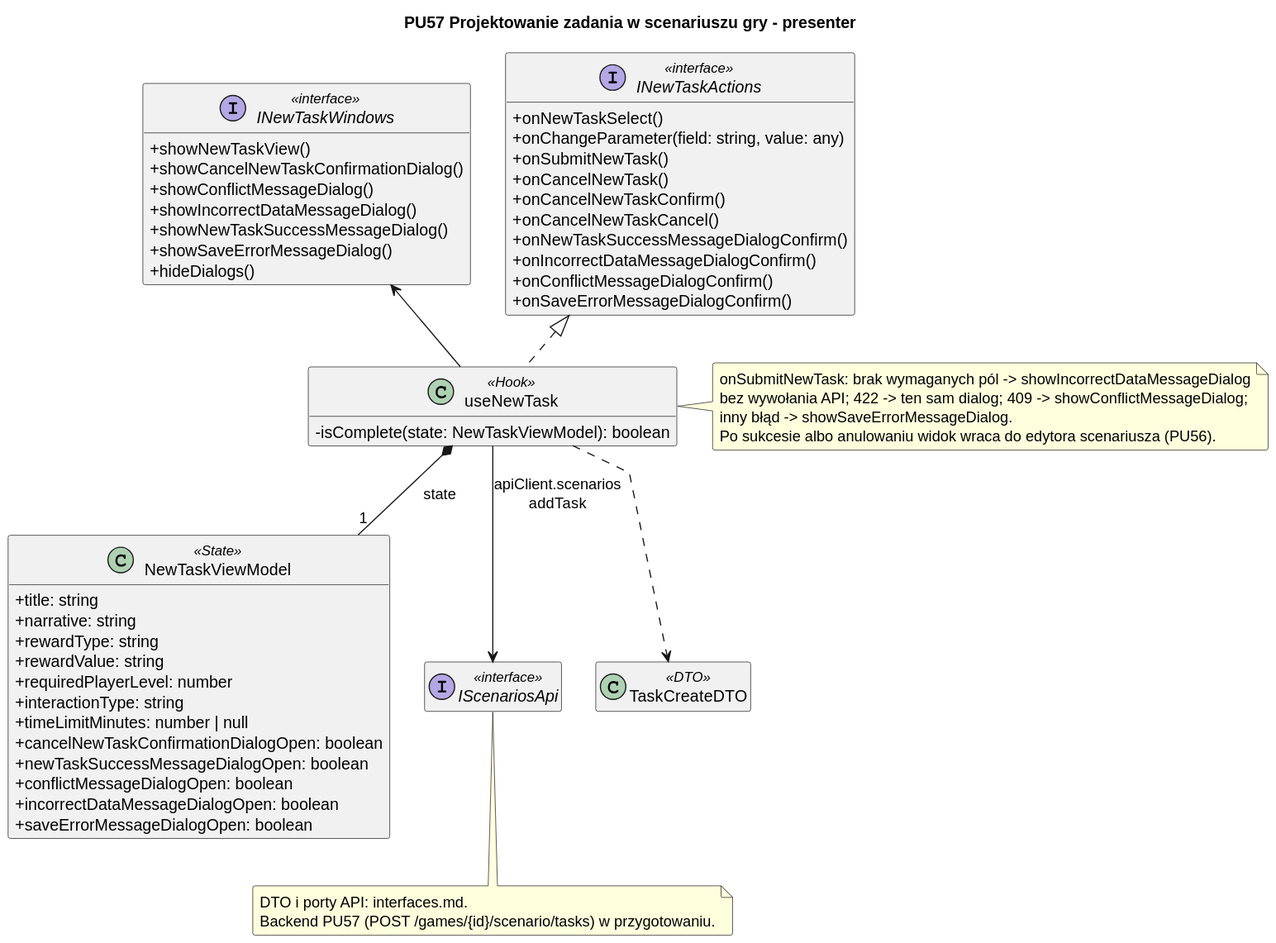
The PlantUML diagram diagrams/frontend/rendered/new-task-presenter.svg in Igor-Ochocki/POP-2026Z, before a commit.
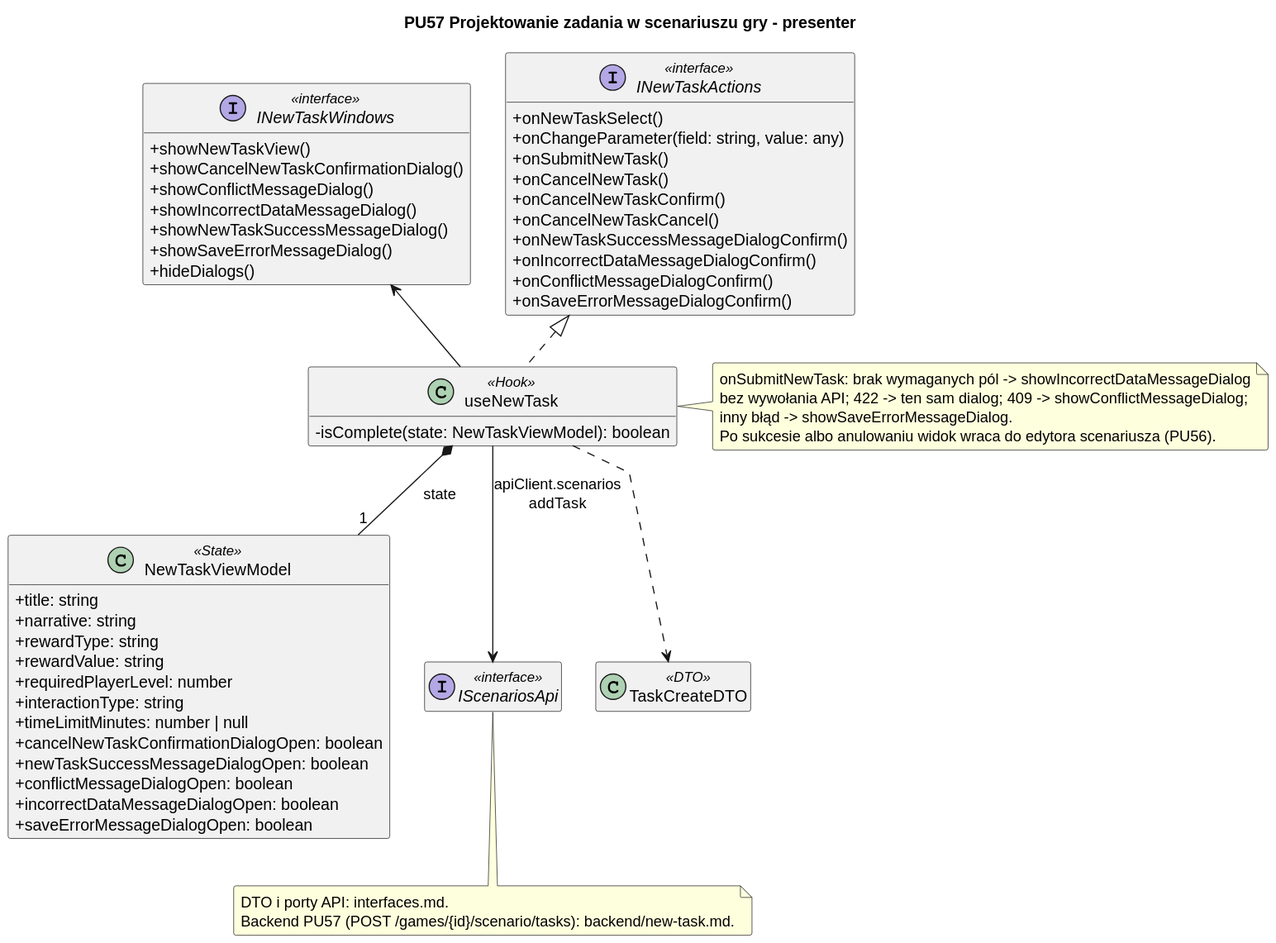
The same diagram one commit later.

Change to the diagram source:
```diff
@@ -70,6 +70,6 @@
 
 note bottom of IScenariosApi
     DTO i porty API: interfaces.md.
-    Backend PU57 (POST /games/{id}/scenario/tasks) w przygotowaniu.
+    Backend PU57 (POST /games/{id}/scenario/tasks): backend/new-task.md.
 end note
 @enduml
```
